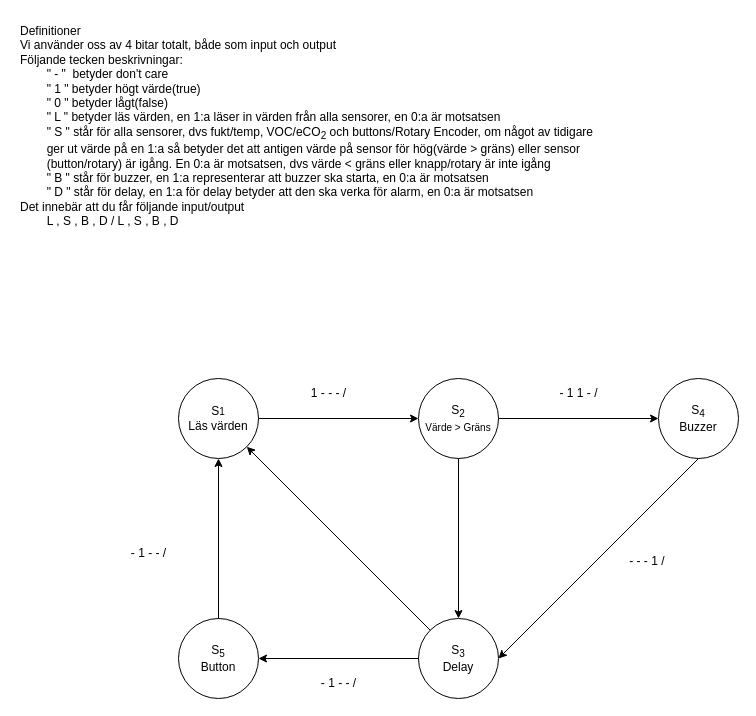
The draw.io diagram lib/project/doc/Diagram/State/Digi projekt state.drawio in Anton-Johannesson/ComputerScience-Project, before the edit. Source tidied: cells renumbered, new cells numbered last; positions are measured from the earlier drawing's top-left corner, leaving out a move shared by most shapes. Both pictures are drawn from the tidied source at 100%, with x=0, y=0 at pixel (18, 18).
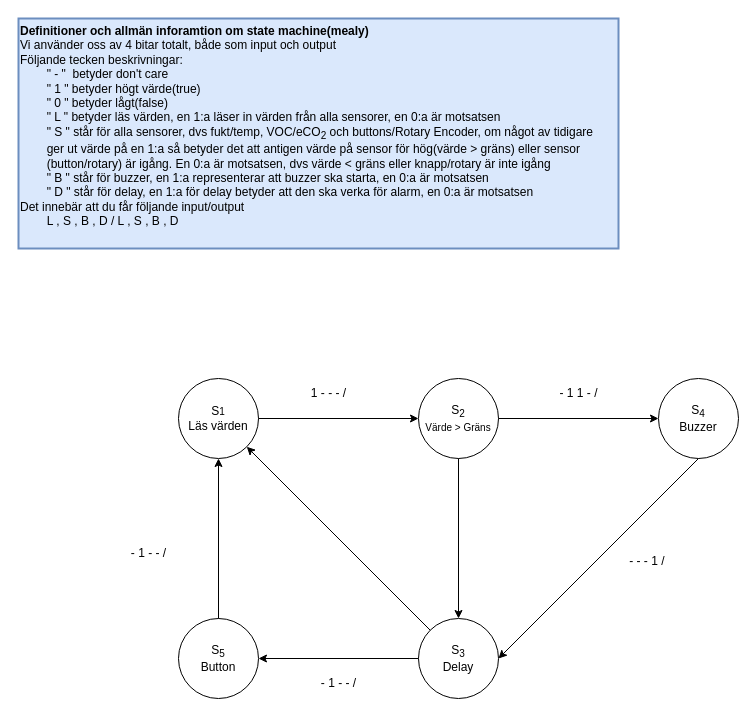
The same page after the edit.

Commit message:
State Machine

Diff of the diagram source:
```diff
@@
-    <mxCell id="14" value="Definitioner&lt;div&gt;Vi använder oss av 4 bitar totalt, både som input och output&lt;/div&gt;&lt;div&gt;Följande tecken beskrivningar:&lt;/div&gt;&lt;div&gt;&lt;span style=&quot;white-space: pre;&quot;&gt;&#9;&lt;/span&gt;&quot; - &quot;&amp;nbsp; betyder don't care&lt;br&gt;&lt;/div&gt;&lt;div&gt;&lt;span style=&quot;white-space: pre;&quot;&gt;&#9;&lt;/span&gt;&quot; 1 &quot; betyder högt värde(true)&lt;br&gt;&lt;/div&gt;&lt;div&gt;&lt;span style=&quot;white-space: pre;&quot;&gt;&#9;&lt;/span&gt;&quot; 0 &quot; betyder lågt(false)&lt;br&gt;&lt;/div&gt;&lt;div&gt;&lt;span style=&quot;white-space: pre;&quot;&gt;&#9;&lt;/span&gt;&quot; L &quot; betyder läs värden, en 1:a läser in värden från alla sensorer, en 0:a är motsatsen&lt;br&gt;&lt;/div&gt;&lt;div&gt;&lt;span style=&quot;white-space: pre;&quot;&gt;&#9;&lt;/span&gt;&quot; S &quot; står för alla sensorer, dvs fukt/temp, VOC/eCO&lt;sub&gt;2&lt;/sub&gt;&lt;span style=&quot;background-color: transparent; color: light-dark(rgb(0, 0, 0), rgb(255, 255, 255));&quot;&gt;&amp;nbsp;och buttons/Rotary Encoder, om något av tidigare&lt;/span&gt;&lt;/div&gt;&lt;div&gt;&lt;span style=&quot;background-color: transparent; color: light-dark(rgb(0, 0, 0), rgb(255, 255, 255));&quot;&gt;&lt;span style=&quot;white-space: pre;&quot;&gt;&#9;&lt;/span&gt;ger ut värde på en 1:a så betyder det att antigen värde på sensor för hög(värde &amp;gt; gräns) eller sensor&lt;/span&gt;&lt;/div&gt;&lt;div&gt;&lt;span style=&quot;background-color: transparent; color: light-dark(rgb(0, 0, 0), rgb(255, 255, 255));&quot;&gt;&lt;span style=&quot;white-space: pre;&quot;&gt;&#9;&lt;/span&gt;(button/rotary) är igång.&amp;nbsp;&lt;/span&gt;&lt;span style=&quot;background-color: transparent; color: light-dark(rgb(0, 0, 0), rgb(255, 255, 255));&quot;&gt;En 0:a är motsatsen, dvs värde &amp;lt; gräns eller knapp/rotary är inte igång&lt;/span&gt;&lt;/div&gt;&lt;div&gt;&lt;span style=&quot;background-color: transparent; color: light-dark(rgb(0, 0, 0), rgb(255, 255, 255));&quot;&gt;&lt;span style=&quot;white-space: pre;&quot;&gt;&#9;&lt;/span&gt;&quot; B &quot; står för buzzer, en 1:a representerar att buzzer ska starta, en 0:a är motsatsen&lt;br&gt;&lt;/span&gt;&lt;/div&gt;&lt;div&gt;&lt;span style=&quot;background-color: transparent; color: light-dark(rgb(0, 0, 0), rgb(255, 255, 255));&quot;&gt;&lt;span style=&quot;white-space: pre;&quot;&gt;&#9;&lt;/span&gt;&quot; D &quot; står för delay, en 1:a för delay betyder att den ska verka för alarm, en 0:a är motsatsen&lt;br&gt;&lt;/span&gt;&lt;/div&gt;&lt;div&gt;Det innebär att du får följande input/output&lt;/div&gt;&lt;div&gt;&lt;span style=&quot;white-space: pre;&quot;&gt;&#9;&lt;/span&gt;L , S , B , D / L , S , B , D&lt;br&gt;&lt;/div&gt;&lt;div&gt;&lt;br&gt;&lt;/div&gt;" style="text;html=1;align=left;verticalAlign=middle;strokeColor=none;fillColor=none;" parent="1" vertex="1">
+    <mxCell id="14" value="&lt;b&gt;Definitioner och allmän inforamtion om state machine(mealy)&lt;/b&gt;&lt;div&gt;Vi använder oss av 4 bitar totalt, både som input och output&lt;/div&gt;&lt;div&gt;Följande tecken beskrivningar:&lt;/div&gt;&lt;div&gt;&lt;span style=&quot;white-space: pre;&quot;&gt;&#9;&lt;/span&gt;&quot; - &quot;&amp;nbsp; betyder don't care&lt;br&gt;&lt;/div&gt;&lt;div&gt;&lt;span style=&quot;white-space: pre;&quot;&gt;&#9;&lt;/span&gt;&quot; 1 &quot; betyder högt värde(true)&lt;br&gt;&lt;/div&gt;&lt;div&gt;&lt;span style=&quot;white-space: pre;&quot;&gt;&#9;&lt;/span&gt;&quot; 0 &quot; betyder lågt(false)&lt;br&gt;&lt;/div&gt;&lt;div&gt;&lt;span style=&quot;white-space: pre;&quot;&gt;&#9;&lt;/span&gt;&quot; L &quot; betyder läs värden, en 1:a läser in värden från alla sensorer, en 0:a är motsatsen&lt;br&gt;&lt;/div&gt;&lt;div&gt;&lt;span style=&quot;white-space: pre;&quot;&gt;&#9;&lt;/span&gt;&quot; S &quot; står för alla sensorer, dvs fukt/temp, VOC/eCO&lt;sub&gt;2&lt;/sub&gt;&lt;span style=&quot;background-color: transparent; color: light-dark(rgb(0, 0, 0), rgb(255, 255, 255));&quot;&gt;&amp;nbsp;och buttons/Rotary Encoder, om något av tidigare&lt;/span&gt;&lt;/div&gt;&lt;div&gt;&lt;span style=&quot;background-color: transparent; color: light-dark(rgb(0, 0, 0), rgb(255, 255, 255));&quot;&gt;&lt;span style=&quot;white-space: pre;&quot;&gt;&#9;&lt;/span&gt;ger ut värde på en 1:a så betyder det att antigen värde på sensor för hög(värde &amp;gt; gräns) eller sensor&lt;/span&gt;&lt;/div&gt;&lt;div&gt;&lt;span style=&quot;background-color: transparent; color: light-dark(rgb(0, 0, 0), rgb(255, 255, 255));&quot;&gt;&lt;span style=&quot;white-space: pre;&quot;&gt;&#9;&lt;/span&gt;(button/rotary) är igång.&amp;nbsp;&lt;/span&gt;&lt;span style=&quot;background-color: transparent; color: light-dark(rgb(0, 0, 0), rgb(255, 255, 255));&quot;&gt;En 0:a är motsatsen, dvs värde &amp;lt; gräns eller knapp/rotary är inte igång&lt;/span&gt;&lt;/div&gt;&lt;div&gt;&lt;span style=&quot;background-color: transparent; color: light-dark(rgb(0, 0, 0), rgb(255, 255, 255));&quot;&gt;&lt;span style=&quot;white-space: pre;&quot;&gt;&#9;&lt;/span&gt;&quot; B &quot; står för buzzer, en 1:a representerar att buzzer ska starta, en 0:a är motsatsen&lt;br&gt;&lt;/span&gt;&lt;/div&gt;&lt;div&gt;&lt;span style=&quot;background-color: transparent; color: light-dark(rgb(0, 0, 0), rgb(255, 255, 255));&quot;&gt;&lt;span style=&quot;white-space: pre;&quot;&gt;&#9;&lt;/span&gt;&quot; D &quot; står för delay, en 1:a för delay betyder att den ska verka för alarm, en 0:a är motsatsen&lt;br&gt;&lt;/span&gt;&lt;/div&gt;&lt;div&gt;Det innebär att du får följande input/output&lt;/div&gt;&lt;div&gt;&lt;span style=&quot;white-space: pre;&quot;&gt;&#9;&lt;/span&gt;L , S , B , D / L , S , B , D&lt;br&gt;&lt;/div&gt;&lt;div&gt;&lt;br&gt;&lt;/div&gt;" style="text;html=1;align=left;verticalAlign=middle;fillColor=#dae8fc;strokeColor=#6c8ebf;gradientColor=none;strokeWidth=2;perimeterSpacing=0;rounded=0;glass=0;shadow=0;" parent="1" vertex="1">
       <mxGeometry width="600" height="230" as="geometry" />
     </mxCell>
```
